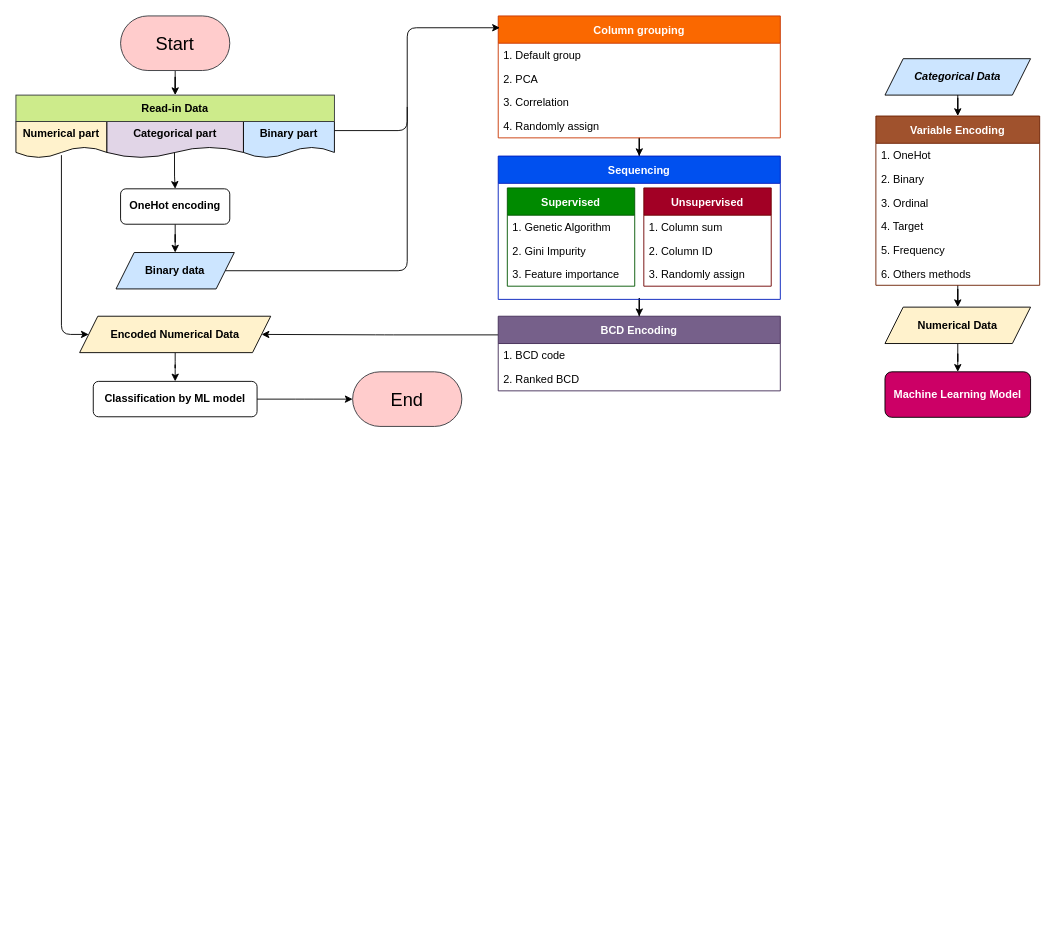
The draw.io diagram draw io/binary data encoding.drawio in R64825/NTUIIE-Research, before the edit. Source tidied: cells renumbered, new cells numbered last; positions are measured from the earlier drawing's top-left corner, leaving out a move shared by most shapes. Both pictures are drawn from the tidied source at 91%, with x=0, y=0 at pixel (15, 15).
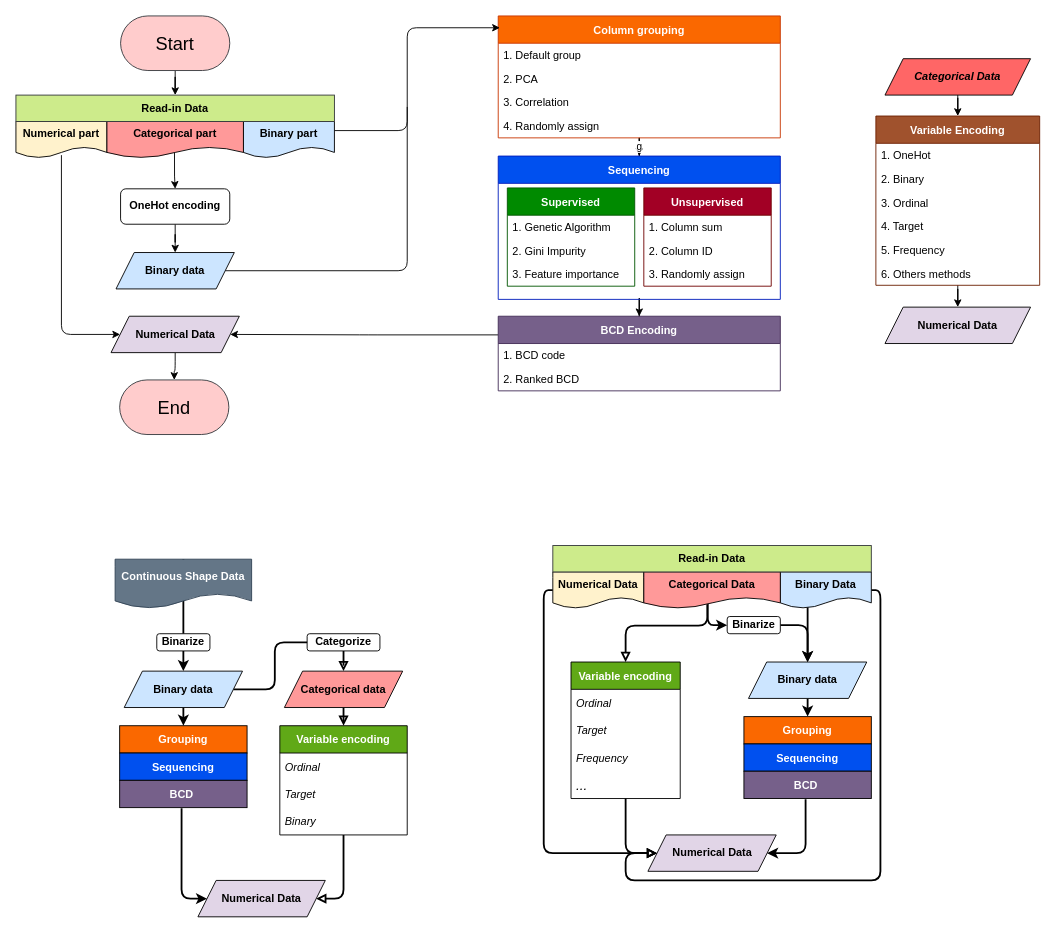
After the change.

Unchanged cells that the change refers to:
```xml
<mxCell id="8" value="Column grouping" style="swimlane;fontStyle=1;horizontal=1;startSize=30;fillColor=#fa6800;strokeColor=#C73500;fontColor=#FFFFFF;" parent="1" vertex="1">
  <mxGeometry x="530" width="310" height="134" as="geometry" />
</mxCell>
<mxCell id="16" value="Sequencing" style="swimlane;startSize=30;fontStyle=1;fillColor=#0050ef;strokeColor=#001DBC;fontColor=#ffffff;" parent="1" vertex="1">
  <mxGeometry x="530" y="154" width="310" height="157.5" as="geometry" />
</mxCell>
```

What changed in the source:
```diff
@@
     <mxCell id="2" value="End" style="rounded=1;whiteSpace=wrap;html=1;arcSize=50;fontSize=20;fillColor=#ffcccc;strokeColor=#36393d;fontStyle=0;" parent="1" vertex="1">
-      <mxGeometry x="370" y="391.1" width="120" height="60" as="geometry" />
+      <mxGeometry x="114" y="400" width="120" height="60" as="geometry" />
     </mxCell>
@@
-    <mxCell id="7" style="edgeStyle=orthogonalEdgeStyle;rounded=0;jettySize=auto;html=1;" parent="1" edge="1" source="8" target="16">
+    <mxCell id="7" value="g" style="edgeStyle=orthogonalEdgeStyle;rounded=0;jettySize=auto;html=1;" parent="1" edge="1" source="8" target="16">
       <mxGeometry relative="1" as="geometry" />
     </mxCell>
@@
-    <mxCell id="13" style="edgeStyle=orthogonalEdgeStyle;rounded=1;jettySize=auto;html=1;" parent="1" edge="1" source="14" target="51">
+    <mxCell id="13" style="edgeStyle=orthogonalEdgeStyle;rounded=1;jettySize=auto;html=1;" parent="1" edge="1" source="14" target="2">
       <mxGeometry relative="1" as="geometry" />
     </mxCell>
-    <mxCell id="14" value="&lt;span style=&quot;text-align: left;&quot;&gt;&lt;span style=&quot;font-style: normal;&quot;&gt;Encoded&amp;nbsp;Numerical Data&lt;/span&gt;&lt;/span&gt;" style="shape=parallelogram;perimeter=parallelogramPerimeter;whiteSpace=wrap;html=1;fixedSize=1;fillColor=#fff2cc;fontStyle=3;" parent="1" vertex="1">
-      <mxGeometry x="70" y="330" width="210" height="40" as="geometry" />
+    <mxCell id="14" value="&lt;span style=&quot;text-align: left;&quot;&gt;&lt;span style=&quot;font-style: normal;&quot;&gt;Numerical Data&lt;/span&gt;&lt;/span&gt;" style="shape=parallelogram;perimeter=parallelogramPerimeter;whiteSpace=wrap;html=1;fixedSize=1;fillColor=#e1d5e7;fontStyle=3;strokeColor=#000000;" parent="1" vertex="1">
+      <mxGeometry x="104.5" y="330" width="141" height="40" as="geometry" />
     </mxCell>
@@
-    <mxCell id="30" value="Categorical Data" style="shape=parallelogram;perimeter=parallelogramPerimeter;whiteSpace=wrap;html=1;fixedSize=1;fillColor=#cce5ff;fontStyle=3;" parent="1" vertex="1">
+    <mxCell id="30" value="Categorical Data" style="shape=parallelogram;perimeter=parallelogramPerimeter;whiteSpace=wrap;html=1;fixedSize=1;fillColor=#FF6666;fontStyle=3;" parent="1" vertex="1">
       <mxGeometry x="955" y="47" width="160" height="40" as="geometry" />
     </mxCell>
@@
-    <mxCell id="45" value="Machine Learning Model" style="rounded=1;whiteSpace=wrap;html=1;fontSize=12;glass=0;strokeWidth=1;shadow=0;fontStyle=1;fillColor=#CC0066;fontColor=#FFFFFF;" parent="1" vertex="1">
-      <mxGeometry x="955" y="391.1" width="160" height="50" as="geometry" />
-    </mxCell>
-    <mxCell id="46" style="edgeStyle=orthogonalEdgeStyle;rounded=0;jettySize=auto;html=1;fontColor=#FFFFFF;" parent="1" edge="1" source="47" target="45">
-      <mxGeometry relative="1" as="geometry" />
-    </mxCell>
-    <mxCell id="47" value="&lt;span style=&quot;font-style: normal; text-align: left;&quot;&gt;Numerical Data&lt;/span&gt;" style="shape=parallelogram;perimeter=parallelogramPerimeter;whiteSpace=wrap;html=1;fixedSize=1;fillColor=#fff2cc;fontStyle=3;" parent="1" vertex="1">
+    <mxCell id="47" value="&lt;span style=&quot;font-style: normal; text-align: left;&quot;&gt;Numerical Data&lt;/span&gt;" style="shape=parallelogram;perimeter=parallelogramPerimeter;whiteSpace=wrap;html=1;fixedSize=1;fillColor=#e1d5e7;fontStyle=3;strokeColor=#000000;" parent="1" vertex="1">
       <mxGeometry x="955" y="320" width="160" height="40" as="geometry" />
     </mxCell>
@@
-    <mxCell id="49" value="&lt;b&gt;Categorical part&lt;/b&gt;" style="shape=document;whiteSpace=wrap;html=1;boundedLbl=1;fontFamily=Helvetica;fontSize=12;fontColor=default;align=center;strokeColor=#000000;fillColor=#e1d5e7;" parent="1" vertex="1">
+    <mxCell id="49" value="&lt;b&gt;Categorical part&lt;/b&gt;" style="shape=document;whiteSpace=wrap;html=1;boundedLbl=1;fontFamily=Helvetica;fontSize=12;align=center;strokeColor=#000000;fillColor=#FF9999;" parent="1" vertex="1">
       <mxGeometry x="100" y="116" width="150" height="40" as="geometry" />
     </mxCell>
-    <mxCell id="50" style="edgeStyle=orthogonalEdgeStyle;rounded=1;jettySize=auto;html=1;strokeColor=default;endArrow=classic;endFill=1;" parent="1" edge="1" source="51" target="2">
-      <mxGeometry relative="1" as="geometry" />
-    </mxCell>
-    <mxCell id="51" value="Classification by ML model" style="rounded=1;whiteSpace=wrap;html=1;fontSize=12;glass=0;strokeWidth=1;shadow=0;fontStyle=1;" parent="1" vertex="1">
-      <mxGeometry x="85" y="401.6" width="180" height="38.9" as="geometry" />
-    </mxCell>
@@
+    <mxCell id="53" style="edgeStyle=orthogonalEdgeStyle;jettySize=auto;html=1;rounded=1;exitX=0.5;exitY=0;exitDx=0;exitDy=0;strokeWidth=2;endArrow=none;endFill=0;" parent="1" edge="1" source="54" target="56">
+      <mxGeometry relative="1" as="geometry">
+        <Array as="points">
+          <mxPoint x="184" y="610" />
+          <mxPoint x="184" y="610" />
+        </Array>
+      </mxGeometry>
+    </mxCell>
+    <mxCell id="54" value="&lt;b&gt;Continuous Shape Data&lt;/b&gt;" style="shape=document;whiteSpace=wrap;html=1;boundedLbl=1;fontFamily=Helvetica;fontSize=12;align=center;strokeColor=#314354;fillColor=#647687;fontColor=#ffffff;" parent="1" vertex="1">
+      <mxGeometry x="109" y="597" width="150" height="54" as="geometry" />
+    </mxCell>
+    <mxCell id="55" style="edgeStyle=orthogonalEdgeStyle;rounded=1;jettySize=auto;html=1;fontColor=#000000;strokeWidth=2;" parent="1" edge="1" source="56" target="64">
+      <mxGeometry relative="1" as="geometry" />
+    </mxCell>
+    <mxCell id="56" value="Binarize" style="rounded=1;whiteSpace=wrap;html=1;fontSize=12;glass=0;strokeWidth=1;shadow=0;fontStyle=1;" parent="1" vertex="1">
+      <mxGeometry x="154.8" y="678.9" width="58.4" height="18.9" as="geometry" />
+    </mxCell>
+    <mxCell id="57" style="edgeStyle=orthogonalEdgeStyle;rounded=1;jettySize=auto;html=1;fontColor=#000000;entryX=0.5;entryY=0;entryDx=0;entryDy=0;strokeWidth=2;endArrow=block;endFill=0;" parent="1" edge="1" source="58" target="66">
+      <mxGeometry relative="1" as="geometry" />
+    </mxCell>
+    <mxCell id="58" value="Categorize" style="rounded=1;whiteSpace=wrap;html=1;fontSize=12;glass=0;strokeWidth=1;shadow=0;fontStyle=1;" parent="1" vertex="1">
+      <mxGeometry x="320" y="678.9" width="80" height="18.9" as="geometry" />
+    </mxCell>
+    <mxCell id="59" value="Grouping" style="text;strokeColor=#000000;fillColor=#fa6800;align=center;verticalAlign=middle;spacingLeft=4;spacingRight=4;overflow=hidden;fontColor=#FFFFFF;fontStyle=1;" parent="1" vertex="1">
+      <mxGeometry x="114" y="780" width="140" height="30" as="geometry" />
+    </mxCell>
+    <mxCell id="60" value="Sequencing" style="text;strokeColor=#000000;fillColor=#0050ef;align=center;verticalAlign=middle;spacingLeft=4;spacingRight=4;overflow=hidden;fontColor=#ffffff;fontStyle=1;" parent="1" vertex="1">
+      <mxGeometry x="114" y="810" width="140" height="30" as="geometry" />
+    </mxCell>
+    <mxCell id="61" value="BCD " style="text;strokeColor=#000000;fillColor=#76608a;align=center;verticalAlign=middle;spacingLeft=4;spacingRight=4;overflow=hidden;points=[[0,0.5],[1,0.5]];portConstraint=eastwest;fontColor=#ffffff;fontStyle=1;" parent="1" vertex="1">
+      <mxGeometry x="114" y="840" width="140" height="30" as="geometry" />
+    </mxCell>
+    <mxCell id="62" style="edgeStyle=orthogonalEdgeStyle;rounded=1;jettySize=auto;html=1;fontColor=#000000;strokeWidth=2;" parent="1" edge="1" source="64">
+      <mxGeometry relative="1" as="geometry">
+        <mxPoint x="184" y="780" as="targetPoint" />
+      </mxGeometry>
+    </mxCell>
+    <mxCell id="63" style="edgeStyle=orthogonalEdgeStyle;rounded=1;jettySize=auto;html=1;entryX=0;entryY=0.5;entryDx=0;entryDy=0;fontColor=#000000;strokeWidth=2;endArrow=none;endFill=0;" parent="1" edge="1" source="64" target="58">
+      <mxGeometry relative="1" as="geometry" />
+    </mxCell>
+    <mxCell id="64" value="Binary data" style="shape=parallelogram;perimeter=parallelogramPerimeter;whiteSpace=wrap;html=1;fixedSize=1;fillColor=#cce5ff;fontStyle=1;" parent="1" vertex="1">
+      <mxGeometry x="119" y="720" width="130" height="40" as="geometry" />
+    </mxCell>
+    <mxCell id="65" style="edgeStyle=orthogonalEdgeStyle;rounded=1;jettySize=auto;html=1;fontColor=#000000;entryX=0.5;entryY=0;entryDx=0;entryDy=0;strokeWidth=2;endArrow=block;endFill=0;" parent="1" edge="1" source="66" target="68">
+      <mxGeometry relative="1" as="geometry" />
+    </mxCell>
+    <mxCell id="66" value="Categorical data" style="shape=parallelogram;perimeter=parallelogramPerimeter;whiteSpace=wrap;html=1;fixedSize=1;fillColor=#FF9999;fontStyle=1;strokeColor=#000000;" parent="1" vertex="1">
+      <mxGeometry x="295" y="720" width="130" height="40" as="geometry" />
+    </mxCell>
+    <mxCell id="67" style="edgeStyle=orthogonalEdgeStyle;rounded=1;jettySize=auto;html=1;fontColor=#000000;strokeWidth=2;entryX=1;entryY=0.5;entryDx=0;entryDy=0;endArrow=block;endFill=0;" parent="1" edge="1" source="68" target="72">
+      <mxGeometry relative="1" as="geometry">
+        <Array as="points">
+          <mxPoint x="360" y="970" />
+        </Array>
+      </mxGeometry>
+    </mxCell>
+    <mxCell id="68" value="Variable encoding" style="swimlane;fontStyle=1;horizontal=1;startSize=30;fillColor=#60a917;fontColor=#ffffff;strokeColor=#000000;" parent="1" vertex="1">
+      <mxGeometry x="290" y="780" width="140" height="120" as="geometry" />
+    </mxCell>
+    <mxCell id="69" value="Ordinal" style="text;strokeColor=none;fillColor=none;align=left;verticalAlign=middle;spacingLeft=4;spacingRight=4;overflow=hidden;fontColor=#000000;fontStyle=2;" parent="68" vertex="1">
+      <mxGeometry y="30" width="140" height="30" as="geometry" />
+    </mxCell>
+    <mxCell id="70" value="Target" style="text;strokeColor=none;fillColor=none;align=left;verticalAlign=middle;spacingLeft=4;spacingRight=4;overflow=hidden;fontColor=#000000;fontStyle=2;" parent="68" vertex="1">
+      <mxGeometry y="60" width="140" height="30" as="geometry" />
+    </mxCell>
+    <mxCell id="71" value="Binary" style="text;strokeColor=none;fillColor=none;align=left;verticalAlign=middle;spacingLeft=4;spacingRight=4;overflow=hidden;fontColor=#000000;fontStyle=2;" parent="68" vertex="1">
+      <mxGeometry y="90" width="140" height="30" as="geometry" />
+    </mxCell>
+    <mxCell id="72" value="&lt;span style=&quot;text-align: left;&quot;&gt;&lt;span style=&quot;font-style: normal;&quot;&gt;Numerical Data&lt;/span&gt;&lt;/span&gt;" style="shape=parallelogram;perimeter=parallelogramPerimeter;whiteSpace=wrap;html=1;fixedSize=1;fillColor=#e1d5e7;fontStyle=3;strokeColor=#000000;" parent="1" vertex="1">
+      <mxGeometry x="200" y="950" width="140" height="40" as="geometry" />
+    </mxCell>
+    <mxCell id="73" style="edgeStyle=orthogonalEdgeStyle;rounded=1;jettySize=auto;html=1;fontColor=#000000;exitX=0.486;exitY=1.024;exitDx=0;exitDy=0;exitPerimeter=0;entryX=0;entryY=0.5;entryDx=0;entryDy=0;strokeWidth=2;" parent="1" edge="1" source="61" target="72">
+      <mxGeometry relative="1" as="geometry">
+        <Array as="points">
+          <mxPoint x="182" y="970" />
+        </Array>
+      </mxGeometry>
+    </mxCell>
+    <mxCell id="74" style="edgeStyle=orthogonalEdgeStyle;jettySize=auto;html=1;entryX=0;entryY=0.5;entryDx=0;entryDy=0;exitX=0;exitY=0.5;exitDx=0;exitDy=0;endArrow=block;endFill=0;strokeColor=#000000;strokeWidth=2;sketch=0;shadow=0;rounded=1;startArrow=none;startFill=0;" parent="1" edge="1" source="75" target="87">
+      <mxGeometry relative="1" as="geometry">
+        <Array as="points">
+          <mxPoint x="580" y="631" />
+          <mxPoint x="580" y="920" />
+        </Array>
+      </mxGeometry>
+    </mxCell>
+    <mxCell id="75" value="&lt;b&gt;Numerical Data&lt;/b&gt;" style="shape=document;whiteSpace=wrap;html=1;boundedLbl=1;fontFamily=Helvetica;fontSize=12;fontColor=default;align=center;strokeColor=#000000;fillColor=#fff2cc;" parent="1" vertex="1">
+      <mxGeometry x="590" y="611" width="100" height="40" as="geometry" />
+    </mxCell>
+    <mxCell id="76" style="edgeStyle=orthogonalEdgeStyle;jettySize=auto;html=1;exitX=1;exitY=0.5;exitDx=0;exitDy=0;entryX=0.5;entryY=0;entryDx=0;entryDy=0;fontColor=#000000;strokeColor=#000000;strokeWidth=2;sketch=0;shadow=0;rounded=1;endArrow=classic;endFill=1;" parent="1" edge="1" source="78" target="95">
+      <mxGeometry relative="1" as="geometry">
+        <Array as="points">
+          <mxPoint x="870" y="631" />
+        </Array>
+      </mxGeometry>
+    </mxCell>
+    <mxCell id="77" style="edgeStyle=orthogonalEdgeStyle;jettySize=auto;html=1;labelBorderColor=default;fontSize=15;fontColor=#000000;entryX=0;entryY=0.5;entryDx=0;entryDy=0;strokeColor=#000000;strokeWidth=2;sketch=0;shadow=0;rounded=1;startArrow=none;startFill=0;endArrow=block;endFill=0;" parent="1" edge="1" source="78" target="87">
+      <mxGeometry relative="1" as="geometry">
+        <Array as="points">
+          <mxPoint x="950" y="631" />
+          <mxPoint x="950" y="950" />
+          <mxPoint x="670" y="950" />
+          <mxPoint x="670" y="920" />
+        </Array>
+      </mxGeometry>
+    </mxCell>
+    <mxCell id="78" value="&lt;b&gt;Binary Data&lt;/b&gt;" style="shape=document;whiteSpace=wrap;html=1;boundedLbl=1;fontFamily=Helvetica;fontSize=12;fontColor=default;align=center;strokeColor=default;fillColor=#cce5ff;" parent="1" vertex="1">
+      <mxGeometry x="840" y="611" width="100" height="40" as="geometry" />
+    </mxCell>
+    <mxCell id="79" style="edgeStyle=orthogonalEdgeStyle;jettySize=auto;html=1;entryX=0.5;entryY=0;entryDx=0;entryDy=0;entryPerimeter=0;fontColor=#000000;startArrow=none;strokeColor=#000000;strokeWidth=2;sketch=0;shadow=0;rounded=1;endArrow=classic;endFill=1;" parent="1" edge="1" source="95" target="84">
+      <mxGeometry relative="1" as="geometry" />
+    </mxCell>
+    <mxCell id="80" style="edgeStyle=orthogonalEdgeStyle;jettySize=auto;html=1;exitX=0.424;exitY=1.029;exitDx=0;exitDy=0;entryX=0.5;entryY=0;entryDx=0;entryDy=0;fontColor=#000000;strokeColor=#000000;strokeWidth=2;sketch=0;shadow=0;rounded=1;startArrow=none;startFill=0;endArrow=block;endFill=0;exitPerimeter=0;" parent="1" edge="1" source="83" target="89">
+      <mxGeometry relative="1" as="geometry">
+        <Array as="points">
+          <mxPoint x="760" y="612" />
+          <mxPoint x="760" y="670" />
+          <mxPoint x="670" y="670" />
+        </Array>
+      </mxGeometry>
+    </mxCell>
+    <mxCell id="81" style="edgeStyle=orthogonalEdgeStyle;rounded=1;sketch=0;jettySize=auto;html=1;exitX=0.75;exitY=0;exitDx=0;exitDy=0;entryX=0;entryY=0.5;entryDx=0;entryDy=0;shadow=0;labelBorderColor=default;strokeColor=#000000;strokeWidth=2;fontSize=12;fontColor=#000000;startArrow=none;startFill=0;endArrow=classic;endFill=1;" parent="1" edge="1" source="82" target="97">
+      <mxGeometry relative="1" as="geometry">
+        <Array as="points">
+          <mxPoint x="786" y="611" />
+          <mxPoint x="760" y="610" />
+          <mxPoint x="760" y="670" />
+        </Array>
+      </mxGeometry>
+    </mxCell>
+    <mxCell id="82" value="&lt;b&gt;Categorical Data&lt;/b&gt;" style="shape=document;whiteSpace=wrap;html=1;boundedLbl=1;fontFamily=Helvetica;fontSize=12;align=center;strokeColor=#000000;fillColor=#FF9999;" parent="1" vertex="1">
+      <mxGeometry x="690" y="611" width="150" height="40" as="geometry" />
+    </mxCell>
+    <mxCell id="83" value="Read-in Data" style="rounded=0;whiteSpace=wrap;html=1;strokeColor=#36393d;fillColor=#cdeb8b;fontStyle=1;" parent="1" vertex="1">
+      <mxGeometry x="590" y="582" width="350" height="29" as="geometry" />
+    </mxCell>
+    <mxCell id="84" value="Grouping" style="text;strokeColor=default;fillColor=#fa6800;align=center;verticalAlign=middle;spacingLeft=4;spacingRight=4;overflow=hidden;points=[[0,0.5],[1,0.5]];portConstraint=eastwest;fontColor=#FFFFFF;fontStyle=1;" parent="1" vertex="1">
+      <mxGeometry x="800" y="770" width="140" height="30" as="geometry" />
+    </mxCell>
+    <mxCell id="85" value="Sequencing" style="text;strokeColor=default;fillColor=#0050ef;align=center;verticalAlign=middle;spacingLeft=4;spacingRight=4;overflow=hidden;fontColor=#ffffff;fontStyle=1;" parent="1" vertex="1">
+      <mxGeometry x="800" y="800" width="140" height="30" as="geometry" />
+    </mxCell>
+    <mxCell id="86" value="BCD " style="text;strokeColor=default;fillColor=#76608a;align=center;verticalAlign=middle;spacingLeft=4;spacingRight=4;overflow=hidden;points=[[0,0.5],[1,0.5]];portConstraint=eastwest;fontColor=#ffffff;fontStyle=1;" parent="1" vertex="1">
+      <mxGeometry x="800" y="830" width="140" height="30" as="geometry" />
+    </mxCell>
+    <mxCell id="87" value="&lt;span style=&quot;text-align: left;&quot;&gt;&lt;span style=&quot;font-style: normal;&quot;&gt;Numerical Data&lt;/span&gt;&lt;/span&gt;" style="shape=parallelogram;perimeter=parallelogramPerimeter;whiteSpace=wrap;html=1;fixedSize=1;fillColor=#e1d5e7;fontStyle=3;strokeColor=#000000;" parent="1" vertex="1">
+      <mxGeometry x="694.5" y="900" width="141" height="40" as="geometry" />
+    </mxCell>
+    <mxCell id="88" style="edgeStyle=orthogonalEdgeStyle;jettySize=auto;html=1;fontColor=#000000;entryX=0;entryY=0.5;entryDx=0;entryDy=0;strokeColor=#000000;strokeWidth=2;sketch=0;shadow=0;rounded=1;startArrow=none;startFill=0;endArrow=block;endFill=0;" parent="1" edge="1" source="89" target="87">
+      <mxGeometry relative="1" as="geometry">
+        <Array as="points">
+          <mxPoint x="670" y="920" />
+        </Array>
+      </mxGeometry>
+    </mxCell>
+    <mxCell id="89" value="Variable encoding" style="swimlane;fontStyle=1;horizontal=1;startSize=30;fillColor=#60a917;fontColor=#ffffff;strokeColor=#000000;" parent="1" vertex="1">
+      <mxGeometry x="610" y="710" width="120" height="150" as="geometry" />
+    </mxCell>
+    <mxCell id="90" value="Ordinal" style="text;strokeColor=none;fillColor=none;align=left;verticalAlign=middle;spacingLeft=4;spacingRight=4;overflow=hidden;fontColor=#000000;fontSize=12;fontStyle=2;" parent="89" vertex="1">
+      <mxGeometry y="30" width="120" height="30" as="geometry" />
+    </mxCell>
+    <mxCell id="91" value="Target" style="text;strokeColor=none;fillColor=none;align=left;verticalAlign=middle;spacingLeft=4;spacingRight=4;overflow=hidden;fontColor=#000000;fontSize=12;fontStyle=2;" parent="89" vertex="1">
+      <mxGeometry y="60" width="120" height="30" as="geometry" />
+    </mxCell>
+    <mxCell id="92" value="Frequency" style="text;strokeColor=none;fillColor=none;align=left;verticalAlign=middle;spacingLeft=4;spacingRight=4;overflow=hidden;fontColor=#000000;fontSize=12;fontStyle=2;" parent="89" vertex="1">
+      <mxGeometry y="90" width="120" height="30" as="geometry" />
+    </mxCell>
+    <mxCell id="93" value="..." style="text;strokeColor=none;fillColor=none;align=left;verticalAlign=middle;spacingLeft=4;spacingRight=4;overflow=hidden;fontColor=#000000;fontSize=15;fontStyle=2;" parent="89" vertex="1">
+      <mxGeometry y="120" width="120" height="30" as="geometry" />
+    </mxCell>
+    <mxCell id="94" style="edgeStyle=orthogonalEdgeStyle;jettySize=auto;html=1;entryX=1;entryY=0.5;entryDx=0;entryDy=0;fontColor=#000000;exitX=0.484;exitY=1.022;exitDx=0;exitDy=0;exitPerimeter=0;strokeColor=#000000;strokeWidth=2;sketch=0;shadow=0;rounded=1;endArrow=classic;endFill=1;" parent="1" edge="1" source="86" target="87">
+      <mxGeometry relative="1" as="geometry">
+        <Array as="points">
+          <mxPoint x="868" y="920" />
+        </Array>
+      </mxGeometry>
+    </mxCell>
+    <mxCell id="95" value="Binary data" style="shape=parallelogram;perimeter=parallelogramPerimeter;whiteSpace=wrap;html=1;fixedSize=1;fillColor=#cce5ff;fontStyle=1;" parent="1" vertex="1">
+      <mxGeometry x="805" y="710" width="130" height="40" as="geometry" />
+    </mxCell>
+    <mxCell id="96" style="edgeStyle=orthogonalEdgeStyle;rounded=1;sketch=0;jettySize=auto;html=1;entryX=0.5;entryY=0;entryDx=0;entryDy=0;shadow=0;labelBorderColor=default;strokeColor=#000000;strokeWidth=2;fontSize=12;fontColor=#000000;startArrow=none;startFill=0;endArrow=classic;endFill=1;" parent="1" edge="1" source="97" target="95">
+      <mxGeometry relative="1" as="geometry">
+        <Array as="points">
+          <mxPoint x="870" y="669" />
+        </Array>
+      </mxGeometry>
+    </mxCell>
+    <mxCell id="97" value="Binarize" style="rounded=1;whiteSpace=wrap;html=1;fontSize=12;glass=0;strokeWidth=1;shadow=0;fontStyle=1;" parent="1" vertex="1">
+      <mxGeometry x="781.6" y="660" width="58.4" height="18.9" as="geometry" />
+    </mxCell>
```
